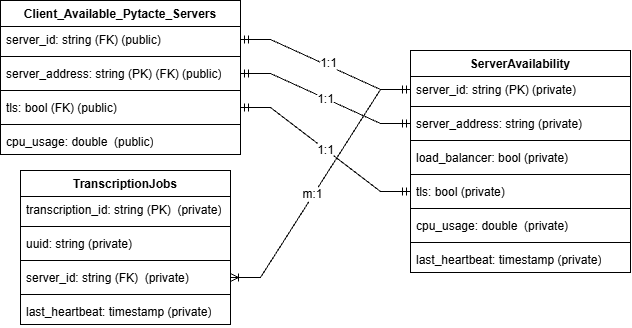
Above: repo-data/Database_Schema.drawio.png in CSharpTeoMan911/Pytacte (draw.io), before the change. Source tidied: cells renumbered, new cells last; positions are measured from the earlier drawing's top-left corner, leaving out a move shared by most shapes.
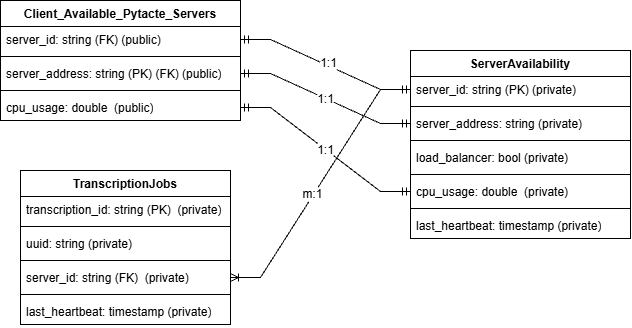
Later version of the same file.

Change to the diagram source:
```diff
@@ -27,7 +27,7 @@
       <mxGeometry y="128" width="210" height="26" as="geometry" />
     </mxCell>
     <mxCell id="10" value="ServerAvailability" style="swimlane;fontStyle=1;align=center;verticalAlign=top;horizontal=1;startSize=26;whiteSpace=wrap;html=1;" parent="1" vertex="1">
-      <mxGeometry x="410" y="50" width="220" height="222" as="geometry" />
+      <mxGeometry x="410" y="50" width="220" height="188" as="geometry" />
     </mxCell>
     <mxCell id="11" value="server_id: string (PK) (private)" style="text;strokeColor=none;fillColor=none;align=left;verticalAlign=top;spacingLeft=4;spacingRight=4;overflow=hidden;points=[[0,0.5],[1,0.5]];portConstraint=eastwest;whiteSpace=wrap;html=1;" parent="10" vertex="1">
       <mxGeometry y="26" width="220" height="26" as="geometry" />
@@ -44,26 +44,20 @@
     <mxCell id="15" value="load_balancer: bool (private)" style="text;strokeColor=none;fillColor=none;align=left;verticalAlign=top;spacingLeft=4;spacingRight=4;overflow=hidden;whiteSpace=wrap;html=1;" parent="10" vertex="1">
       <mxGeometry y="94" width="220" height="26" as="geometry" />
     </mxCell>
-    <mxCell id="16" style="line;strokeWidth=1;fillColor=none;align=left;verticalAlign=middle;spacingTop=-1;spacingLeft=3;spacingRight=3;labelPosition=right;strokeColor=inherit;labelPerimeter=1;" parent="10" vertex="1">
-      <mxGeometry y="120" width="220" height="8" as="geometry" />
-    </mxCell>
-    <mxCell id="17" value="tls: bool (private)" style="text;strokeColor=none;fillColor=none;align=left;verticalAlign=top;spacingLeft=4;spacingRight=4;overflow=hidden;points=[[0,0.5],[1,0.5]];portConstraint=eastwest;whiteSpace=wrap;html=1;" parent="10" vertex="1">
-      <mxGeometry y="128" width="220" height="26" as="geometry" />
-    </mxCell>
     <mxCell id="18" style="line;strokeWidth=1;fillColor=none;align=left;verticalAlign=middle;spacingTop=-1;spacingLeft=3;spacingRight=3;labelPosition=right;strokeColor=inherit;labelPerimeter=1;" parent="10" vertex="1">
-      <mxGeometry y="154" width="220" height="8" as="geometry" />
+      <mxGeometry y="120" width="220" height="8" as="geometry" />
     </mxCell>
     <mxCell id="19" value="cpu_usage: double&amp;nbsp;&amp;nbsp;(private)" style="text;strokeColor=none;fillColor=none;align=left;verticalAlign=top;spacingLeft=4;spacingRight=4;overflow=hidden;whiteSpace=wrap;html=1;" parent="10" vertex="1">
-      <mxGeometry y="162" width="220" height="26" as="geometry" />
+      <mxGeometry y="128" width="220" height="26" as="geometry" />
     </mxCell>
     <mxCell id="20" style="line;strokeWidth=1;fillColor=none;align=left;verticalAlign=middle;spacingTop=-1;spacingLeft=3;spacingRight=3;labelPosition=right;strokeColor=inherit;labelPerimeter=1;" parent="10" vertex="1">
-      <mxGeometry y="188" width="220" height="8" as="geometry" />
+      <mxGeometry y="154" width="220" height="8" as="geometry" />
     </mxCell>
     <mxCell id="21" value="last_heartbeat: timestamp (private)" style="text;strokeColor=none;fillColor=none;align=left;verticalAlign=top;spacingLeft=4;spacingRight=4;overflow=hidden;whiteSpace=wrap;html=1;" parent="10" vertex="1">
-      <mxGeometry y="196" width="220" height="26" as="geometry" />
+      <mxGeometry y="162" width="220" height="26" as="geometry" />
     </mxCell>
     <mxCell id="22" value="Client_Available_Pytacte_Servers" style="swimlane;fontStyle=1;align=center;verticalAlign=top;horizontal=1;startSize=26;whiteSpace=wrap;html=1;" parent="1" vertex="1">
-      <mxGeometry width="240" height="154" as="geometry" />
+      <mxGeometry width="240" height="120" as="geometry" />
     </mxCell>
     <mxCell id="23" value="server_id: string (FK) (public)" style="text;strokeColor=none;fillColor=none;align=left;verticalAlign=top;spacingLeft=4;spacingRight=4;overflow=hidden;points=[[0,0.5],[1,0.5]];portConstraint=eastwest;whiteSpace=wrap;html=1;" parent="22" vertex="1">
       <mxGeometry y="26" width="240" height="26" as="geometry" />
@@ -74,17 +68,11 @@
     <mxCell id="25" value="server_address: string (PK) (FK) (public)" style="text;strokeColor=none;fillColor=none;align=left;verticalAlign=top;spacingLeft=4;spacingRight=4;overflow=hidden;points=[[0,0.5],[1,0.5]];portConstraint=eastwest;whiteSpace=wrap;html=1;" parent="22" vertex="1">
       <mxGeometry y="60" width="240" height="26" as="geometry" />
     </mxCell>
-    <mxCell id="26" style="line;strokeWidth=1;fillColor=none;align=left;verticalAlign=middle;spacingTop=-1;spacingLeft=3;spacingRight=3;labelPosition=right;strokeColor=inherit;labelPerimeter=1;" parent="22" vertex="1">
-      <mxGeometry y="86" width="240" height="8" as="geometry" />
-    </mxCell>
-    <mxCell id="27" value="tls: bool (FK) (public)" style="text;strokeColor=none;fillColor=none;align=left;verticalAlign=top;spacingLeft=4;spacingRight=4;overflow=hidden;points=[[0,0.5],[1,0.5]];portConstraint=eastwest;whiteSpace=wrap;html=1;" parent="22" vertex="1">
-      <mxGeometry y="94" width="240" height="26" as="geometry" />
-    </mxCell>
     <mxCell id="28" style="line;strokeWidth=1;fillColor=none;align=left;verticalAlign=middle;spacingTop=-1;spacingLeft=3;spacingRight=3;labelPosition=right;strokeColor=inherit;labelPerimeter=1;" parent="22" vertex="1">
-      <mxGeometry y="120" width="240" height="8" as="geometry" />
+      <mxGeometry y="86" width="240" height="8" as="geometry" />
     </mxCell>
     <mxCell id="29" value="cpu_usage: double&amp;nbsp;&amp;nbsp;(public)" style="text;strokeColor=none;fillColor=none;align=left;verticalAlign=top;spacingLeft=4;spacingRight=4;overflow=hidden;whiteSpace=wrap;html=1;" parent="22" vertex="1">
-      <mxGeometry y="128" width="240" height="26" as="geometry" />
+      <mxGeometry y="94" width="240" height="26" as="geometry" />
     </mxCell>
     <mxCell id="30" style="edgeStyle=entityRelationEdgeStyle;fontSize=12;html=1;endArrow=ERoneToMany;rounded=0;defaultLabelBackgroundColor=page;exitX=0;exitY=0.5;exitDx=0;exitDy=0;entryX=1;entryY=0.5;entryDx=0;entryDy=0;" parent="1" edge="1" source="11" target="7">
       <mxGeometry relative="1" as="geometry" />
@@ -104,8 +92,11 @@
     <mxCell id="35" value="1:1" style="edgeLabel;html=1;align=center;verticalAlign=middle;inheritText=1;fontSize=12;defaultLabelBackgroundColor=page;" parent="34" vertex="1">
       <mxGeometry x="-0.01" y="-1" relative="1" as="geometry" />
     </mxCell>
-    <mxCell id="36" style="edgeStyle=entityRelationEdgeStyle;fontSize=12;html=1;endArrow=ERmandOne;startArrow=ERmandOne;rounded=0;defaultLabelBackgroundColor=page;entryX=0;entryY=0.5;entryDx=0;entryDy=0;exitX=1;exitY=0.5;exitDx=0;exitDy=0;" parent="1" edge="1" source="27" target="17">
-      <mxGeometry relative="1" as="geometry" />
+    <mxCell id="36" style="edgeStyle=entityRelationEdgeStyle;fontSize=12;html=1;endArrow=ERmandOne;startArrow=ERmandOne;rounded=0;defaultLabelBackgroundColor=page;entryX=0;entryY=0.5;entryDx=0;entryDy=0;exitX=1;exitY=0.5;exitDx=0;exitDy=0;" parent="1" edge="1">
+      <mxGeometry relative="1" as="geometry">
+        <mxPoint x="240" y="107" as="sourcePoint" />
+        <mxPoint x="410" y="191" as="targetPoint" />
+      </mxGeometry>
     </mxCell>
     <mxCell id="37" value="1:1" style="edgeLabel;html=1;align=center;verticalAlign=middle;inheritText=1;fontSize=12;defaultLabelBackgroundColor=page;" parent="36" vertex="1">
       <mxGeometry x="-0.01" y="-1" relative="1" as="geometry" />
```
